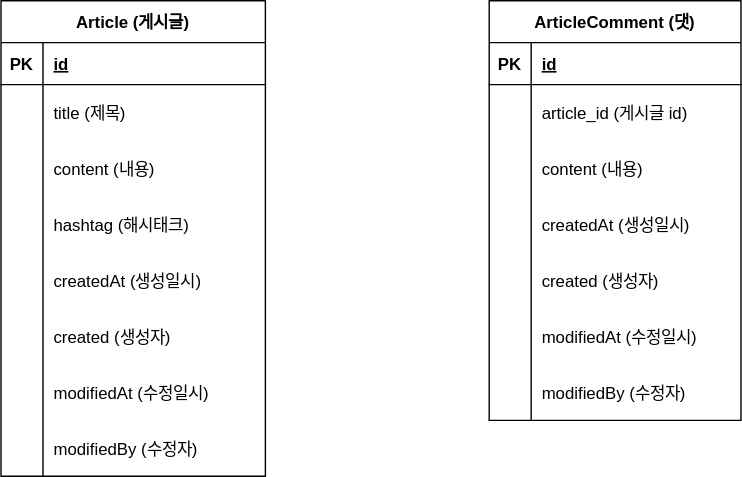
chaheetae/fastcampus-project-board keeps this draw.io diagram as document/project-board-erd.svg. Above is the earlier version. Source tidied: cells renumbered, new cells last; positions are measured from the earlier drawing's top-left corner, leaving out a move shared by most shapes.
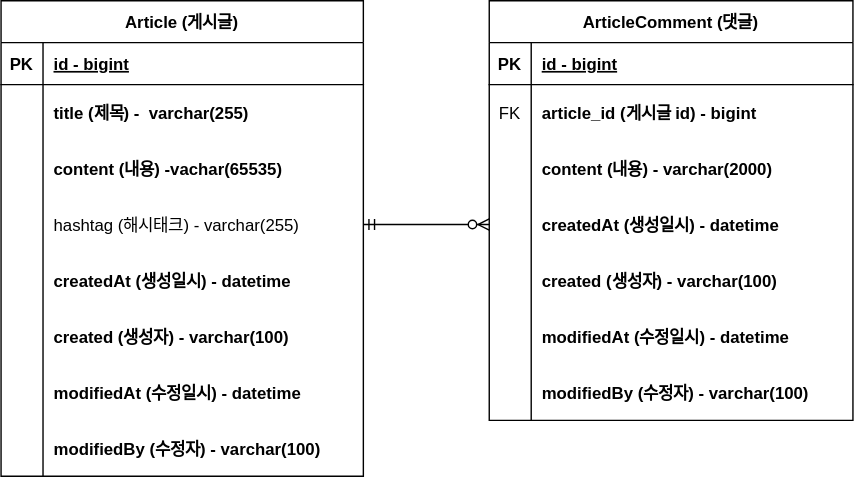
The same file after the commit.

Change to the diagram source:
```diff
@@ -3,145 +3,148 @@
     <mxCell id="0" />
     <mxCell id="1" parent="0" />
     <mxCell id="2" value="Article (게시글)" style="shape=table;startSize=30;rowLines=0;fontStyle=1;align=center;" parent="1" vertex="1">
-      <mxGeometry width="189" height="340" as="geometry" />
+      <mxGeometry width="259" height="340" as="geometry" />
     </mxCell>
     <mxCell id="3" style="shape=partialRectangle;fillColor=none;top=0;left=0;right=0;bottom=1;" parent="2" vertex="1">
-      <mxGeometry y="30" width="189" height="30" as="geometry" />
+      <mxGeometry y="30" width="259" height="30" as="geometry" />
     </mxCell>
     <mxCell id="4" value="PK" style="shape=partialRectangle;overflow=hidden;fillColor=none;top=0;left=0;bottom=0;right=0;fontStyle=1;" parent="3" vertex="1">
       <mxGeometry width="30" height="30" as="geometry" />
     </mxCell>
-    <mxCell id="5" value="id" style="shape=partialRectangle;overflow=hidden;fillColor=none;top=0;left=0;bottom=0;right=0;align=left;spacingLeft=6;fontStyle=5;" parent="3" vertex="1">
-      <mxGeometry x="30" width="159" height="30" as="geometry" />
+    <mxCell id="5" value="id - bigint" style="shape=partialRectangle;overflow=hidden;fillColor=none;top=0;left=0;bottom=0;right=0;align=left;spacingLeft=6;fontStyle=5;" parent="3" vertex="1">
+      <mxGeometry x="30" width="229" height="30" as="geometry" />
     </mxCell>
     <mxCell id="6" style="shape=partialRectangle;fillColor=none;top=0;left=0;right=0;bottom=0;" parent="2" vertex="1">
-      <mxGeometry y="60" width="189" height="40" as="geometry" />
+      <mxGeometry y="60" width="259" height="40" as="geometry" />
     </mxCell>
     <mxCell id="7" value="    " style="shape=partialRectangle;overflow=hidden;fillColor=none;top=0;left=0;bottom=0;right=0;" parent="6" vertex="1">
       <mxGeometry width="30" height="40" as="geometry" />
     </mxCell>
-    <mxCell id="8" value="title (제목)" style="shape=partialRectangle;overflow=hidden;fillColor=none;top=0;left=0;bottom=0;right=0;align=left;spacingLeft=6;" parent="6" vertex="1">
-      <mxGeometry x="30" width="159" height="40" as="geometry" />
+    <mxCell id="8" value="title (제목) -  varchar(255)" style="shape=partialRectangle;overflow=hidden;fillColor=none;top=0;left=0;bottom=0;right=0;align=left;spacingLeft=6;fontStyle=1;" parent="6" vertex="1">
+      <mxGeometry x="30" width="229" height="40" as="geometry" />
     </mxCell>
     <mxCell id="9" style="shape=partialRectangle;fillColor=none;top=0;left=0;right=0;bottom=0;" parent="2" vertex="1">
-      <mxGeometry y="100" width="189" height="40" as="geometry" />
+      <mxGeometry y="100" width="259" height="40" as="geometry" />
     </mxCell>
     <mxCell id="10" style="shape=partialRectangle;overflow=hidden;fillColor=none;top=0;left=0;bottom=0;right=0;" parent="9" vertex="1">
       <mxGeometry width="30" height="40" as="geometry" />
     </mxCell>
-    <mxCell id="11" value="content (내용)" style="shape=partialRectangle;overflow=hidden;fillColor=none;top=0;left=0;bottom=0;right=0;align=left;spacingLeft=6;" parent="9" vertex="1">
-      <mxGeometry x="30" width="159" height="40" as="geometry" />
+    <mxCell id="11" value="content (내용) -vachar(65535)" style="shape=partialRectangle;overflow=hidden;fillColor=none;top=0;left=0;bottom=0;right=0;align=left;spacingLeft=6;fontStyle=1;" parent="9" vertex="1">
+      <mxGeometry x="30" width="229" height="40" as="geometry" />
     </mxCell>
     <mxCell id="12" style="shape=partialRectangle;fillColor=none;points=[[0,0.5],[1,0.5]];portConstraint=eastwest;top=0;left=0;right=0;bottom=0;" parent="2" vertex="1">
-      <mxGeometry y="140" width="189" height="40" as="geometry" />
+      <mxGeometry y="140" width="259" height="40" as="geometry" />
     </mxCell>
     <mxCell id="13" style="shape=partialRectangle;overflow=hidden;fillColor=none;top=0;left=0;bottom=0;right=0;" parent="12" vertex="1">
       <mxGeometry width="30" height="40" as="geometry" />
     </mxCell>
-    <mxCell id="14" value="hashtag (해시태크)" style="shape=partialRectangle;overflow=hidden;fillColor=none;top=0;left=0;bottom=0;right=0;align=left;spacingLeft=6;" parent="12" vertex="1">
-      <mxGeometry x="30" width="159" height="40" as="geometry" />
+    <mxCell id="14" value="hashtag (해시태크) - varchar(255)" style="shape=partialRectangle;overflow=hidden;fillColor=none;top=0;left=0;bottom=0;right=0;align=left;spacingLeft=6;fontStyle=0;" parent="12" vertex="1">
+      <mxGeometry x="30" width="229" height="40" as="geometry" />
     </mxCell>
     <mxCell id="15" style="shape=partialRectangle;fillColor=none;top=0;left=0;right=0;bottom=0;" parent="2" vertex="1">
-      <mxGeometry y="180" width="189" height="40" as="geometry" />
+      <mxGeometry y="180" width="259" height="40" as="geometry" />
     </mxCell>
     <mxCell id="16" style="shape=partialRectangle;overflow=hidden;fillColor=none;top=0;left=0;bottom=0;right=0;" parent="15" vertex="1">
       <mxGeometry width="30" height="40" as="geometry" />
     </mxCell>
-    <mxCell id="17" value="createdAt (생성일시)" style="shape=partialRectangle;overflow=hidden;fillColor=none;top=0;left=0;bottom=0;right=0;align=left;spacingLeft=6;" parent="15" vertex="1">
-      <mxGeometry x="30" width="159" height="40" as="geometry" />
+    <mxCell id="17" value="createdAt (생성일시) - datetime" style="shape=partialRectangle;overflow=hidden;fillColor=none;top=0;left=0;bottom=0;right=0;align=left;spacingLeft=6;fontStyle=1;" parent="15" vertex="1">
+      <mxGeometry x="30" width="229" height="40" as="geometry" />
     </mxCell>
     <mxCell id="18" style="shape=partialRectangle;fillColor=none;top=0;left=0;right=0;bottom=0;" parent="2" vertex="1">
-      <mxGeometry y="220" width="189" height="40" as="geometry" />
+      <mxGeometry y="220" width="259" height="40" as="geometry" />
     </mxCell>
     <mxCell id="19" style="shape=partialRectangle;overflow=hidden;fillColor=none;top=0;left=0;bottom=0;right=0;" parent="18" vertex="1">
       <mxGeometry width="30" height="40" as="geometry" />
     </mxCell>
-    <mxCell id="20" value="created (생성자)" style="shape=partialRectangle;overflow=hidden;fillColor=none;top=0;left=0;bottom=0;right=0;align=left;spacingLeft=6;" parent="18" vertex="1">
-      <mxGeometry x="30" width="159" height="40" as="geometry" />
+    <mxCell id="20" value="created (생성자) - varchar(100)" style="shape=partialRectangle;overflow=hidden;fillColor=none;top=0;left=0;bottom=0;right=0;align=left;spacingLeft=6;fontStyle=1;" parent="18" vertex="1">
+      <mxGeometry x="30" width="229" height="40" as="geometry" />
     </mxCell>
     <mxCell id="21" style="shape=partialRectangle;fillColor=none;top=0;left=0;right=0;bottom=0;" parent="2" vertex="1">
-      <mxGeometry y="260" width="189" height="40" as="geometry" />
+      <mxGeometry y="260" width="259" height="40" as="geometry" />
     </mxCell>
     <mxCell id="22" style="shape=partialRectangle;overflow=hidden;fillColor=none;top=0;left=0;bottom=0;right=0;" parent="21" vertex="1">
       <mxGeometry width="30" height="40" as="geometry" />
     </mxCell>
-    <mxCell id="23" value="modifiedAt (수정일시)" style="shape=partialRectangle;overflow=hidden;fillColor=none;top=0;left=0;bottom=0;right=0;align=left;spacingLeft=6;" parent="21" vertex="1">
-      <mxGeometry x="30" width="159" height="40" as="geometry" />
+    <mxCell id="23" value="modifiedAt (수정일시) - datetime" style="shape=partialRectangle;overflow=hidden;fillColor=none;top=0;left=0;bottom=0;right=0;align=left;spacingLeft=6;fontStyle=1;" parent="21" vertex="1">
+      <mxGeometry x="30" width="229" height="40" as="geometry" />
     </mxCell>
     <mxCell id="24" style="shape=partialRectangle;fillColor=none;top=0;left=0;right=0;bottom=0;" parent="2" vertex="1">
-      <mxGeometry y="300" width="189" height="40" as="geometry" />
+      <mxGeometry y="300" width="259" height="40" as="geometry" />
     </mxCell>
     <mxCell id="25" style="shape=partialRectangle;overflow=hidden;fillColor=none;top=0;left=0;bottom=0;right=0;" parent="24" vertex="1">
       <mxGeometry width="30" height="40" as="geometry" />
     </mxCell>
-    <mxCell id="26" value="modifiedBy (수정자)" style="shape=partialRectangle;overflow=hidden;fillColor=none;top=0;left=0;bottom=0;right=0;align=left;spacingLeft=6;" parent="24" vertex="1">
-      <mxGeometry x="30" width="159" height="40" as="geometry" />
+    <mxCell id="26" value="modifiedBy (수정자) - varchar(100)" style="shape=partialRectangle;overflow=hidden;fillColor=none;top=0;left=0;bottom=0;right=0;align=left;spacingLeft=6;fontStyle=1;" parent="24" vertex="1">
+      <mxGeometry x="30" width="229" height="40" as="geometry" />
     </mxCell>
-    <mxCell id="27" value="ArticleComment (댓)" style="shape=table;startSize=30;rowLines=0;fontStyle=1;align=center;" parent="1" vertex="1">
-      <mxGeometry x="349" width="180" height="300" as="geometry" />
+    <mxCell id="27" value="ArticleComment (댓글)" style="shape=table;startSize=30;rowLines=0;fontStyle=1;align=center;" parent="1" vertex="1">
+      <mxGeometry x="349" width="260" height="300" as="geometry" />
     </mxCell>
     <mxCell id="28" style="shape=partialRectangle;fillColor=none;top=0;left=0;right=0;bottom=1;" parent="27" vertex="1">
-      <mxGeometry y="30" width="180" height="30" as="geometry" />
+      <mxGeometry y="30" width="260" height="30" as="geometry" />
     </mxCell>
     <mxCell id="29" value="PK" style="shape=partialRectangle;overflow=hidden;fillColor=none;top=0;left=0;bottom=0;right=0;fontStyle=1;" parent="28" vertex="1">
       <mxGeometry width="30" height="30" as="geometry" />
     </mxCell>
-    <mxCell id="30" value="id" style="shape=partialRectangle;overflow=hidden;fillColor=none;top=0;left=0;bottom=0;right=0;align=left;spacingLeft=6;fontStyle=5;" parent="28" vertex="1">
-      <mxGeometry x="30" width="150" height="30" as="geometry" />
+    <mxCell id="30" value="id - bigint" style="shape=partialRectangle;overflow=hidden;fillColor=none;top=0;left=0;bottom=0;right=0;align=left;spacingLeft=6;fontStyle=5;" parent="28" vertex="1">
+      <mxGeometry x="30" width="230" height="30" as="geometry" />
     </mxCell>
     <mxCell id="31" style="shape=partialRectangle;fillColor=none;top=0;left=0;right=0;bottom=0;" parent="27" vertex="1">
-      <mxGeometry y="60" width="180" height="40" as="geometry" />
+      <mxGeometry y="60" width="260" height="40" as="geometry" />
     </mxCell>
-    <mxCell id="32" value="    " style="shape=partialRectangle;overflow=hidden;fillColor=none;top=0;left=0;bottom=0;right=0;" parent="31" vertex="1">
+    <mxCell id="32" value="FK" style="shape=partialRectangle;overflow=hidden;fillColor=none;top=0;left=0;bottom=0;right=0;" parent="31" vertex="1">
       <mxGeometry width="30" height="40" as="geometry" />
     </mxCell>
-    <mxCell id="33" value="article_id (게시글 id)" style="shape=partialRectangle;overflow=hidden;fillColor=none;top=0;left=0;bottom=0;right=0;align=left;spacingLeft=6;" parent="31" vertex="1">
-      <mxGeometry x="30" width="150" height="40" as="geometry" />
+    <mxCell id="33" value="article_id (게시글 id) - bigint" style="shape=partialRectangle;overflow=hidden;fillColor=none;top=0;left=0;bottom=0;right=0;align=left;spacingLeft=6;fontStyle=1;" parent="31" vertex="1">
+      <mxGeometry x="30" width="230" height="40" as="geometry" />
     </mxCell>
     <mxCell id="34" style="shape=partialRectangle;fillColor=none;top=0;left=0;right=0;bottom=0;" parent="27" vertex="1">
-      <mxGeometry y="100" width="180" height="40" as="geometry" />
+      <mxGeometry y="100" width="260" height="40" as="geometry" />
     </mxCell>
     <mxCell id="35" style="shape=partialRectangle;overflow=hidden;fillColor=none;top=0;left=0;bottom=0;right=0;" parent="34" vertex="1">
       <mxGeometry width="30" height="40" as="geometry" />
     </mxCell>
-    <mxCell id="36" value="content (내용)" style="shape=partialRectangle;overflow=hidden;fillColor=none;top=0;left=0;bottom=0;right=0;align=left;spacingLeft=6;" parent="34" vertex="1">
-      <mxGeometry x="30" width="150" height="40" as="geometry" />
+    <mxCell id="36" value="content (내용) - varchar(2000)" style="shape=partialRectangle;overflow=hidden;fillColor=none;top=0;left=0;bottom=0;right=0;align=left;spacingLeft=6;fontStyle=1;" parent="34" vertex="1">
+      <mxGeometry x="30" width="230" height="40" as="geometry" />
     </mxCell>
     <mxCell id="37" style="shape=partialRectangle;fillColor=none;points=[[0,0.5],[1,0.5]];portConstraint=eastwest;top=0;left=0;right=0;bottom=0;" parent="27" vertex="1">
-      <mxGeometry y="140" width="180" height="40" as="geometry" />
+      <mxGeometry y="140" width="260" height="40" as="geometry" />
     </mxCell>
     <mxCell id="38" style="shape=partialRectangle;overflow=hidden;fillColor=none;top=0;left=0;bottom=0;right=0;" parent="37" vertex="1">
       <mxGeometry width="30" height="40" as="geometry" />
     </mxCell>
-    <mxCell id="39" value="createdAt (생성일시)" style="shape=partialRectangle;overflow=hidden;fillColor=none;top=0;left=0;bottom=0;right=0;align=left;spacingLeft=6;" parent="37" vertex="1">
-      <mxGeometry x="30" width="150" height="40" as="geometry" />
+    <mxCell id="39" value="createdAt (생성일시) - datetime" style="shape=partialRectangle;overflow=hidden;fillColor=none;top=0;left=0;bottom=0;right=0;align=left;spacingLeft=6;fontStyle=1;" parent="37" vertex="1">
+      <mxGeometry x="30" width="230" height="40" as="geometry" />
     </mxCell>
     <mxCell id="40" style="shape=partialRectangle;fillColor=none;top=0;left=0;right=0;bottom=0;" parent="27" vertex="1">
-      <mxGeometry y="180" width="180" height="40" as="geometry" />
+      <mxGeometry y="180" width="260" height="40" as="geometry" />
     </mxCell>
     <mxCell id="41" style="shape=partialRectangle;overflow=hidden;fillColor=none;top=0;left=0;bottom=0;right=0;" parent="40" vertex="1">
       <mxGeometry width="30" height="40" as="geometry" />
     </mxCell>
-    <mxCell id="42" value="created (생성자)" style="shape=partialRectangle;overflow=hidden;fillColor=none;top=0;left=0;bottom=0;right=0;align=left;spacingLeft=6;" parent="40" vertex="1">
-      <mxGeometry x="30" width="150" height="40" as="geometry" />
+    <mxCell id="42" value="created (생성자) - varchar(100)" style="shape=partialRectangle;overflow=hidden;fillColor=none;top=0;left=0;bottom=0;right=0;align=left;spacingLeft=6;fontStyle=1;" parent="40" vertex="1">
+      <mxGeometry x="30" width="230" height="40" as="geometry" />
     </mxCell>
     <mxCell id="43" style="shape=partialRectangle;fillColor=none;top=0;left=0;right=0;bottom=0;" parent="27" vertex="1">
-      <mxGeometry y="220" width="180" height="40" as="geometry" />
+      <mxGeometry y="220" width="260" height="40" as="geometry" />
     </mxCell>
     <mxCell id="44" style="shape=partialRectangle;overflow=hidden;fillColor=none;top=0;left=0;bottom=0;right=0;" parent="43" vertex="1">
       <mxGeometry width="30" height="40" as="geometry" />
     </mxCell>
-    <mxCell id="45" value="modifiedAt (수정일시)" style="shape=partialRectangle;overflow=hidden;fillColor=none;top=0;left=0;bottom=0;right=0;align=left;spacingLeft=6;" parent="43" vertex="1">
-      <mxGeometry x="30" width="150" height="40" as="geometry" />
+    <mxCell id="45" value="modifiedAt (수정일시) - datetime" style="shape=partialRectangle;overflow=hidden;fillColor=none;top=0;left=0;bottom=0;right=0;align=left;spacingLeft=6;fontStyle=1;" parent="43" vertex="1">
+      <mxGeometry x="30" width="230" height="40" as="geometry" />
     </mxCell>
     <mxCell id="46" style="shape=partialRectangle;fillColor=none;top=0;left=0;right=0;bottom=0;" parent="27" vertex="1">
-      <mxGeometry y="260" width="180" height="40" as="geometry" />
+      <mxGeometry y="260" width="260" height="40" as="geometry" />
     </mxCell>
     <mxCell id="47" style="shape=partialRectangle;overflow=hidden;fillColor=none;top=0;left=0;bottom=0;right=0;" parent="46" vertex="1">
       <mxGeometry width="30" height="40" as="geometry" />
     </mxCell>
-    <mxCell id="48" value="modifiedBy (수정자)" style="shape=partialRectangle;overflow=hidden;fillColor=none;top=0;left=0;bottom=0;right=0;align=left;spacingLeft=6;" parent="46" vertex="1">
-      <mxGeometry x="30" width="150" height="40" as="geometry" />
+    <mxCell id="48" value="modifiedBy (수정자) - varchar(100)" style="shape=partialRectangle;overflow=hidden;fillColor=none;top=0;left=0;bottom=0;right=0;align=left;spacingLeft=6;fontStyle=1;" parent="46" vertex="1">
+      <mxGeometry x="30" width="230" height="40" as="geometry" />
     </mxCell>
+    <mxCell id="49" style="edgeStyle=entityRelationEdgeStyle;fontSize=12;html=1;endArrow=ERzeroToMany;startArrow=ERmandOne;rounded=0;exitX=1;exitY=0.5;exitDx=0;exitDy=0;entryX=0;entryY=0.5;entryDx=0;entryDy=0;" parent="1" edge="1" source="12" target="37">
+      <mxGeometry relative="1" as="geometry" />
+    </mxCell>
   </root>
 </mxGraphModel>
```
